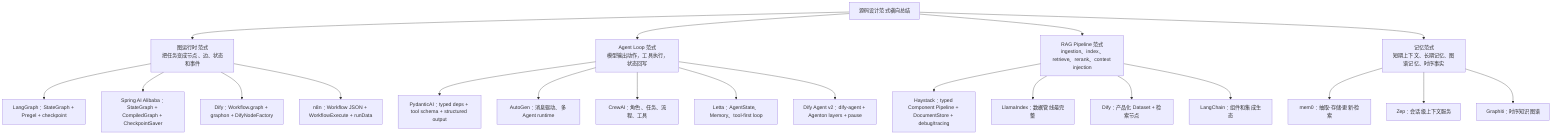
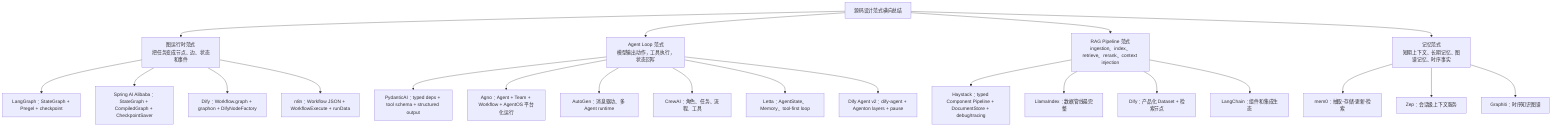
flowchart TB
    Pattern["源码设计范式横向总结"]
    Pattern --> Graph["图运行时范式<br/>把任务变成节点、边、状态和事件"]
    Graph --> LG["LangGraph：StateGraph + Pregel + checkpoint"]
    Graph --> SAA["Spring AI Alibaba：StateGraph + CompiledGraph + CheckpointSaver"]
    Graph --> DifyG["Dify：Workflow.graph + graphon + DifyNodeFactory"]
    Graph --> N8NG["n8n：Workflow JSON + WorkflowExecute + runData"]
    Pattern --> AgentLoop["Agent Loop 范式<br/>模型输出动作，工具执行，状态回写"]
    AgentLoop --> PAI["PydanticAI：typed deps + tool schema + structured output"]
+     AgentLoop --> AgnoA["Agno：Agent + Team + Workflow + AgentOS 平台化运行"]
    AgentLoop --> Auto["AutoGen：消息驱动、多 Agent runtime"]
    AgentLoop --> Crew["CrewAI：角色、任务、流程、工具"]
    AgentLoop --> LettaP["Letta：AgentState、Memory、tool-first loop"]
    AgentLoop --> DifyA["Dify Agent v2：dify-agent + Agenton layers + pause"]
    Pattern --> RAG["RAG Pipeline 范式<br/>ingestion、index、retrieve、rerank、context injection"]
    RAG --> HS["Haystack：typed Component Pipeline + DocumentStore + debug/tracing"]
    RAG --> LI["LlamaIndex：数据管线最完整"]
    RAG --> DifyR["Dify：产品化 Dataset + 检索节点"]
    RAG --> LCR["LangChain：组件和集成生态"]
    Pattern --> MemoryP["记忆范式<br/>短期上下文、长期记忆、图谱记忆、时序事实"]
    MemoryP --> M0["mem0：抽取-存储-更新-检索"]
    MemoryP --> Z["Zep：会话级上下文服务"]
    MemoryP --> G["Graphiti：时序知识图谱"]
